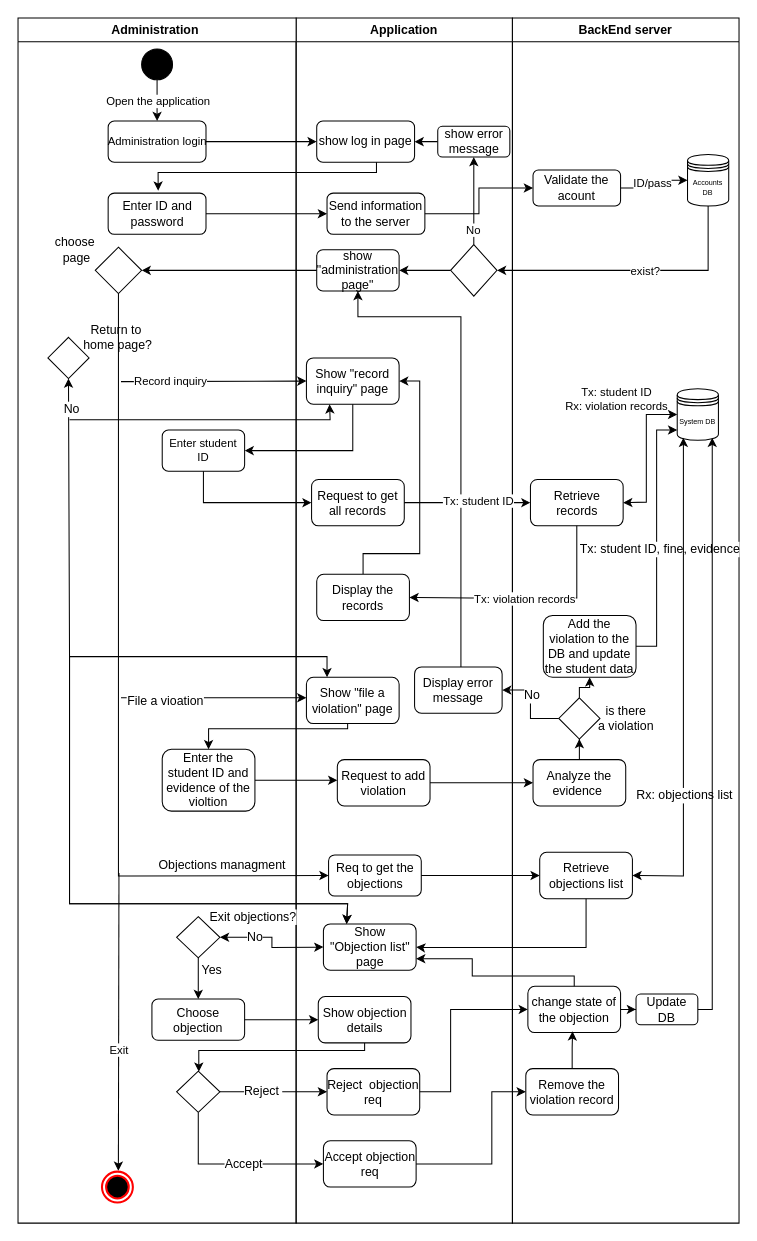
Above: page "Administration application" (3 of 6) of Activity diagram.drawio in kashorafof/Drone-parking-system (draw.io), before the change. Source tidied: cells renumbered, new cells numbered last; positions are measured from the earlier drawing's top-left corner, leaving out a move shared by most shapes. Both pictures are drawn from the tidied source at 103%, with x=0, y=0 at pixel (18, 18).
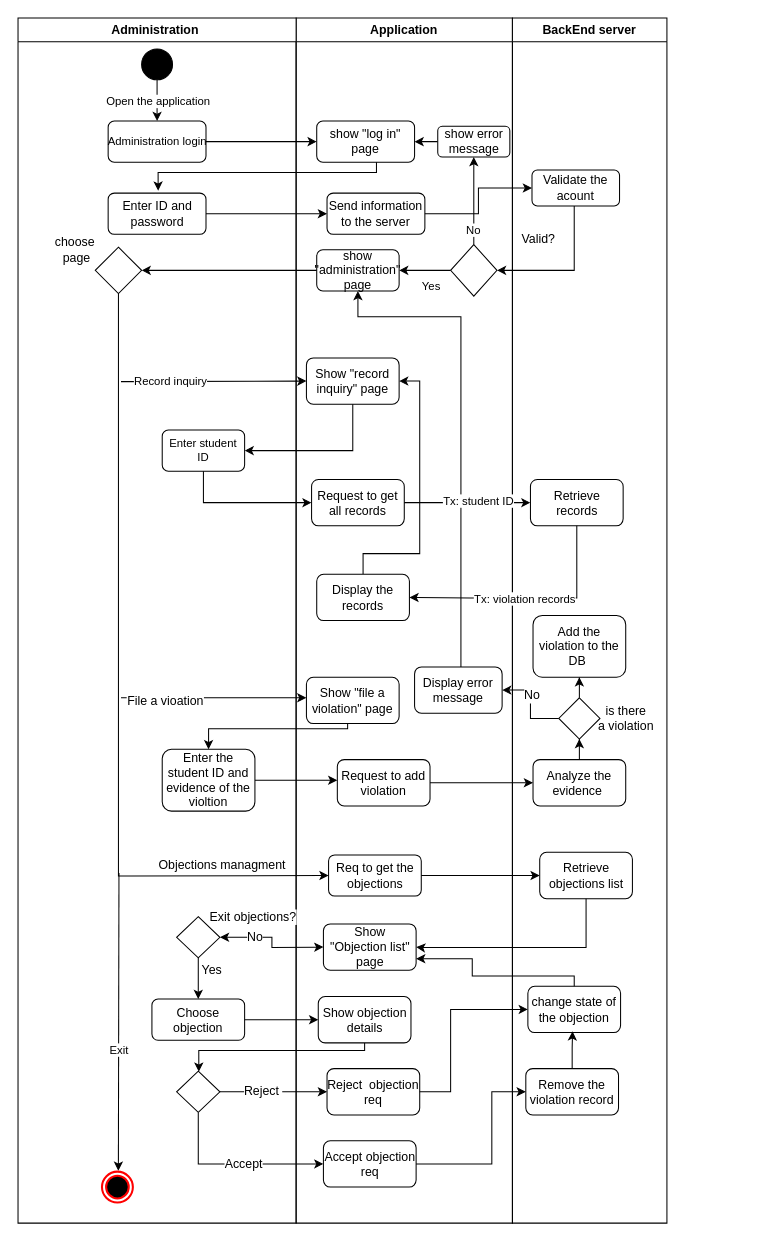
Above is the later version.

The change refers to these unchanged cells:
```xml
<mxCell id="2" value="Application" style="swimlane;whiteSpace=wrap;html=1;" parent="1" vertex="1">
  <mxGeometry x="270" width="210" height="1170" as="geometry" />
</mxCell>
<mxCell id="8" style="edgeStyle=orthogonalEdgeStyle;rounded=0;jettySize=auto;html=1;entryX=1;entryY=0.5;entryDx=0;entryDy=0;" parent="2" edge="1" source="9" target="12">
  <mxGeometry relative="1" as="geometry" />
</mxCell>
<mxCell id="9" style="rhombus;whiteSpace=wrap;html=1;fillColor=#FFFFFF;" parent="2" vertex="1">
  <mxGeometry x="150" y="220" width="45" height="50" as="geometry" />
</mxCell>
<mxCell id="14" value="Show &quot;record inquiry&quot; page" style="rounded=1;whiteSpace=wrap;html=1;fillColor=#FFFFFF;" parent="2" vertex="1">
  <mxGeometry x="10" y="330" width="90" height="45" as="geometry" />
</mxCell>
<mxCell id="22" value="Show &quot;Objection list&quot; page" style="rounded=1;whiteSpace=wrap;html=1;fillColor=#FFFFFF;" parent="2" vertex="1">
  <mxGeometry x="26.5" y="879.5" width="90" height="45" as="geometry" />
</mxCell>
<mxCell id="32" value="Retrieve records" style="rounded=1;whiteSpace=wrap;html=1;fillColor=#FFFFFF;" parent="26" vertex="1">
  <mxGeometry x="17.5" y="448" width="90" height="45" as="geometry" />
</mxCell>
<mxCell id="38" style="rhombus;whiteSpace=wrap;html=1;" parent="26" vertex="1">
  <mxGeometry x="45" y="660" width="40" height="40" as="geometry" />
</mxCell>
<mxCell id="43" value="Retrieve objections list" style="rounded=1;whiteSpace=wrap;html=1;fillColor=#FFFFFF;" parent="26" vertex="1">
  <mxGeometry x="26.5" y="810" width="90" height="45" as="geometry" />
</mxCell>
<mxCell id="47" value="change state of the objection" style="rounded=1;whiteSpace=wrap;html=1;fillColor=#FFFFFF;" parent="26" vertex="1">
  <mxGeometry x="15" y="940" width="90" height="45" as="geometry" />
</mxCell>
<mxCell id="52" value="Administration&amp;nbsp;&lt;span style=&quot;font-weight: 400;&quot;&gt;&lt;/span&gt;" style="swimlane;whiteSpace=wrap;html=1;" parent="1" vertex="1">
  <mxGeometry width="270" height="1170" as="geometry" />
</mxCell>
```

Diff of the diagram source:
```diff
@@
-    <mxCell id="4" value="show log in page" style="rounded=1;whiteSpace=wrap;html=1;fillColor=#FFFFFF;" parent="2" vertex="1">
+    <mxCell id="4" value="show &quot;log in&quot; page" style="rounded=1;whiteSpace=wrap;html=1;fillColor=#FFFFFF;" parent="2" vertex="1">
       <mxGeometry x="20" y="100" width="95" height="40" as="geometry" />
     </mxCell>
@@
+    <mxCell id="115" value="Yes" style="edgeLabel;html=1;align=center;verticalAlign=middle;" parent="8" vertex="1">
+      <mxGeometry x="-0.19" relative="1" as="geometry">
+        <mxPoint y="15" as="offset" />
+      </mxGeometry>
+    </mxCell>
@@
-    <mxCell id="12" value="show &quot;administration page&quot;" style="rounded=1;whiteSpace=wrap;html=1;fillColor=#FFFFFF;" parent="2" vertex="1">
+    <mxCell id="12" value="show &quot;administration&quot; page" style="rounded=1;whiteSpace=wrap;html=1;fillColor=#FFFFFF;" parent="2" vertex="1">
       <mxGeometry x="20" y="225" width="80" height="40" as="geometry" />
     </mxCell>
@@
     <mxCell id="26" value="BackEnd server" style="swimlane;whiteSpace=wrap;html=1;" parent="1" vertex="1">
-      <mxGeometry x="480" width="220" height="1170" as="geometry" />
+      <mxGeometry x="480" width="150" height="1170" as="geometry" />
     </mxCell>
-    <mxCell id="27" value="Accounts DB" style="shape=datastore;whiteSpace=wrap;html=1;fontSize=7;" parent="26" vertex="1">
-      <mxGeometry x="170" y="132.5" width="40" height="50" as="geometry" />
-    </mxCell>
-    <mxCell id="28" style="edgeStyle=orthogonalEdgeStyle;rounded=0;jettySize=auto;html=1;entryX=0;entryY=0.5;entryDx=0;entryDy=0;" parent="26" edge="1" source="30" target="27">
-      <mxGeometry relative="1" as="geometry" />
-    </mxCell>
-    <mxCell id="29" value="ID/pass" style="edgeLabel;html=1;align=center;verticalAlign=middle;" parent="28" vertex="1">
-      <mxGeometry x="-0.17" relative="1" as="geometry">
-        <mxPoint y="-5" as="offset" />
-      </mxGeometry>
-    </mxCell>
     <mxCell id="30" value="Validate the acount" style="rounded=1;whiteSpace=wrap;html=1;fillColor=#FFFFFF;" parent="26" vertex="1">
-      <mxGeometry x="20" y="147.5" width="85" height="35" as="geometry" />
+      <mxGeometry x="19" y="147.5" width="85" height="35" as="geometry" />
     </mxCell>
-    <mxCell id="31" value="System DB" style="shape=datastore;whiteSpace=wrap;html=1;fontSize=7;" parent="26" vertex="1">
-      <mxGeometry x="160" y="360" width="40" height="50" as="geometry" />
-    </mxCell>
@@
-    <mxCell id="33" style="endArrow=classic;startArrow=classic;html=1;rounded=0;entryX=0;entryY=0.5;entryDx=0;entryDy=0;exitX=1;exitY=0.5;exitDx=0;exitDy=0;" parent="26" edge="1" source="32" target="31">
-      <mxGeometry relative="1" as="geometry">
-        <Array as="points">
-          <mxPoint x="130" y="470" />
-          <mxPoint x="130" y="385" />
-        </Array>
-      </mxGeometry>
-    </mxCell>
-    <mxCell id="34" value="Tx: student ID&lt;br&gt;Rx: violation records" style="edgeLabel;html=1;align=center;verticalAlign=middle;" parent="33" vertex="1">
-      <mxGeometry x="0.1" y="1" relative="1" as="geometry">
-        <mxPoint x="-29" y="-47" as="offset" />
-      </mxGeometry>
-    </mxCell>
@@
-    <mxCell id="37" style="edgeStyle=orthogonalEdgeStyle;rounded=0;jettySize=auto;html=1;entryX=0.5;entryY=1;entryDx=0;entryDy=0;fontFamily=Helvetica;fontSize=12;fontColor=default;" parent="26" edge="1" source="38" target="42">
-      <mxGeometry relative="1" as="geometry">
-        <Array as="points">
-          <mxPoint x="65" y="650" />
-          <mxPoint x="75" y="650" />
-        </Array>
-      </mxGeometry>
+    <mxCell id="37" style="edgeStyle=orthogonalEdgeStyle;rounded=0;jettySize=auto;html=1;fontFamily=Helvetica;fontSize=12;fontColor=default;" parent="26" edge="1" source="38" target="42">
+      <mxGeometry relative="1" as="geometry" />
     </mxCell>
@@
-    <mxCell id="40" style="edgeStyle=orthogonalEdgeStyle;rounded=0;jettySize=auto;html=1;entryX=0;entryY=0.8;entryDx=0;entryDy=0;entryPerimeter=0;fontFamily=Helvetica;fontSize=12;fontColor=default;" parent="26" edge="1" source="42" target="31">
-      <mxGeometry relative="1" as="geometry" />
-    </mxCell>
-    <mxCell id="41" value="Tx: student ID, fine, evidence" style="edgeLabel;html=1;align=center;verticalAlign=middle;fontSize=12;fontFamily=Helvetica;fontColor=default;" parent="40" vertex="1">
-      <mxGeometry x="-0.08" y="-2" relative="1" as="geometry" />
-    </mxCell>
-    <mxCell id="42" value="Add the violation to the DB and update the student data" style="rounded=1;whiteSpace=wrap;html=1;fillColor=#FFFFFF;" parent="26" vertex="1">
-      <mxGeometry x="30" y="580" width="90" height="60" as="geometry" />
+    <mxCell id="42" value="Add the violation to the DB&amp;nbsp;" style="rounded=1;whiteSpace=wrap;html=1;fillColor=#FFFFFF;" parent="26" vertex="1">
+      <mxGeometry x="20" y="580" width="90" height="60" as="geometry" />
     </mxCell>
@@
-    <mxCell id="44" style="endArrow=classic;startArrow=classic;html=1;rounded=0;fontFamily=Helvetica;fontSize=12;fontColor=default;entryX=0.15;entryY=0.95;entryDx=0;entryDy=0;exitX=1;exitY=0.5;exitDx=0;exitDy=0;entryPerimeter=0;" parent="26" edge="1" source="43" target="31">
-      <mxGeometry relative="1" as="geometry">
-        <Array as="points">
-          <mxPoint x="166" y="833" />
-        </Array>
-      </mxGeometry>
-    </mxCell>
-    <mxCell id="45" value="Rx: objections list" style="edgeLabel;html=1;align=center;verticalAlign=middle;fontSize=12;fontFamily=Helvetica;fontColor=default;" parent="44" vertex="1">
-      <mxGeometry x="-0.46" relative="1" as="geometry" />
-    </mxCell>
-    <mxCell id="46" style="edgeStyle=orthogonalEdgeStyle;rounded=0;jettySize=auto;html=1;fontFamily=Helvetica;fontSize=12;fontColor=default;" parent="26" edge="1" source="47" target="51">
-      <mxGeometry relative="1" as="geometry" />
-    </mxCell>
@@
-    <mxCell id="50" style="edgeStyle=orthogonalEdgeStyle;rounded=0;jettySize=auto;html=1;entryX=0.85;entryY=0.95;entryDx=0;entryDy=0;entryPerimeter=0;fontFamily=Helvetica;fontSize=12;fontColor=default;" parent="26" edge="1" source="51" target="31">
-      <mxGeometry relative="1" as="geometry">
-        <Array as="points">
-          <mxPoint x="194" y="963" />
-        </Array>
-      </mxGeometry>
-    </mxCell>
-    <mxCell id="51" value="Update DB" style="rounded=1;whiteSpace=wrap;html=1;fillColor=#FFFFFF;" parent="26" vertex="1">
-      <mxGeometry x="120" y="947.5" width="60" height="30" as="geometry" />
-    </mxCell>
+    <mxCell id="116" value="Valid?" style="text;html=1;align=center;verticalAlign=middle;strokeColor=none;fillColor=none;" parent="26" vertex="1">
+      <mxGeometry x="-5" y="200" width="60" height="30" as="geometry" />
+    </mxCell>
@@
-    <mxCell id="78" value="Return to&lt;br&gt;&amp;nbsp;home page?" style="text;html=1;align=center;verticalAlign=middle;strokeColor=none;fillColor=none;" parent="52" vertex="1">
-      <mxGeometry x="50" y="290" width="90" height="40" as="geometry" />
-    </mxCell>
-    <mxCell id="79" style="rhombus;whiteSpace=wrap;html=1;" parent="52" vertex="1">
-      <mxGeometry x="29" y="310" width="40" height="40" as="geometry" />
-    </mxCell>
-    <mxCell id="80" style="endArrow=classic;html=1;rounded=0;fontFamily=Helvetica;fontSize=12;fontColor=default;entryX=0.25;entryY=1;entryDx=0;entryDy=0;" parent="52" edge="1" target="14">
-      <mxGeometry relative="1" as="geometry">
-        <mxPoint x="50" y="390" as="sourcePoint" />
-        <Array as="points">
-          <mxPoint x="60" y="390" />
-          <mxPoint x="303" y="390" />
-        </Array>
-      </mxGeometry>
-    </mxCell>
@@
-    <mxCell id="84" style="edgeStyle=orthogonalEdgeStyle;rounded=0;jettySize=auto;html=1;entryX=1;entryY=0.5;entryDx=0;entryDy=0;" parent="1" edge="1" source="27" target="9">
-      <mxGeometry relative="1" as="geometry">
-        <Array as="points">
-          <mxPoint x="670" y="245" />
-        </Array>
-      </mxGeometry>
-    </mxCell>
-    <mxCell id="85" value="exist?" style="edgeLabel;html=1;align=center;verticalAlign=middle;" parent="84" vertex="1">
-      <mxGeometry x="-0.07" relative="1" as="geometry" />
-    </mxCell>
@@
-    <mxCell id="110" style="endArrow=classic;startArrow=classic;html=1;rounded=0;fontFamily=Helvetica;fontSize=12;fontColor=default;exitX=0.5;exitY=1;exitDx=0;exitDy=0;" parent="1" edge="1" source="79">
-      <mxGeometry relative="1" as="geometry">
-        <mxPoint x="300" y="640" as="targetPoint" />
-        <Array as="points">
-          <mxPoint x="50" y="620" />
-          <mxPoint x="300" y="620" />
-        </Array>
-      </mxGeometry>
-    </mxCell>
-    <mxCell id="111" value="No" style="edgeLabel;html=1;align=center;verticalAlign=middle;fontSize=12;fontFamily=Helvetica;fontColor=default;" parent="110" vertex="1">
-      <mxGeometry x="-0.89" y="2" relative="1" as="geometry" />
-    </mxCell>
@@
-    <mxCell id="113" style="endArrow=classic;html=1;rounded=0;fontFamily=Helvetica;fontSize=12;fontColor=default;entryX=0.25;entryY=0;entryDx=0;entryDy=0;" parent="1" edge="1" target="22">
-      <mxGeometry relative="1" as="geometry">
-        <mxPoint x="50" y="620" as="sourcePoint" />
-        <Array as="points">
-          <mxPoint x="50" y="860" />
-          <mxPoint x="320" y="860" />
-        </Array>
-      </mxGeometry>
-    </mxCell>
-    <mxCell id="114" style="endArrow=classic;html=1;rounded=0;fontFamily=Helvetica;fontSize=12;fontColor=default;entryX=0.25;entryY=0;entryDx=0;entryDy=0;" parent="1" edge="1" target="22">
-      <mxGeometry relative="1" as="geometry">
-        <mxPoint x="50" y="620" as="sourcePoint" />
-        <Array as="points">
-          <mxPoint x="50" y="860" />
-          <mxPoint x="320" y="860" />
-        </Array>
-      </mxGeometry>
-    </mxCell>
+    <mxCell id="117" style="edgeStyle=orthogonalEdgeStyle;rounded=0;jettySize=auto;html=1;entryX=1;entryY=0.5;entryDx=0;entryDy=0;" parent="1" edge="1" source="30" target="9">
+      <mxGeometry relative="1" as="geometry">
+        <Array as="points">
+          <mxPoint x="540" y="245" />
+        </Array>
+      </mxGeometry>
+    </mxCell>
```
